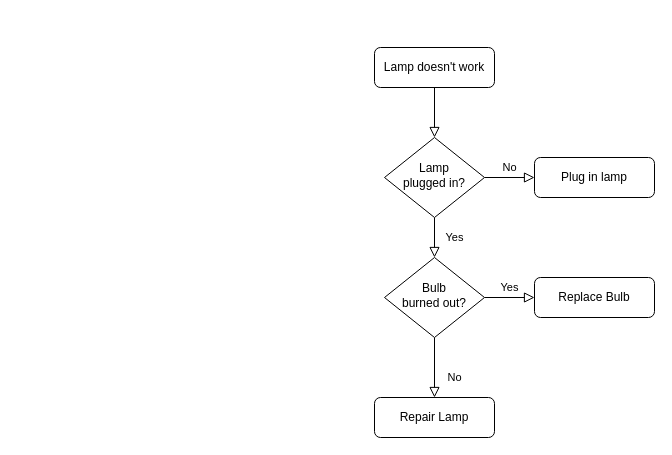
Earlier version of the draw.io diagram BlackJackFlow.drawio (ZestyBuddha/BlackJack). Source tidied: cells renumbered, new cells numbered last; positions are measured from the earlier drawing's top-left corner, leaving out a move shared by most shapes. Both pictures are drawn from the tidied source at 100%, with x=0, y=0 at pixel (374, 47).
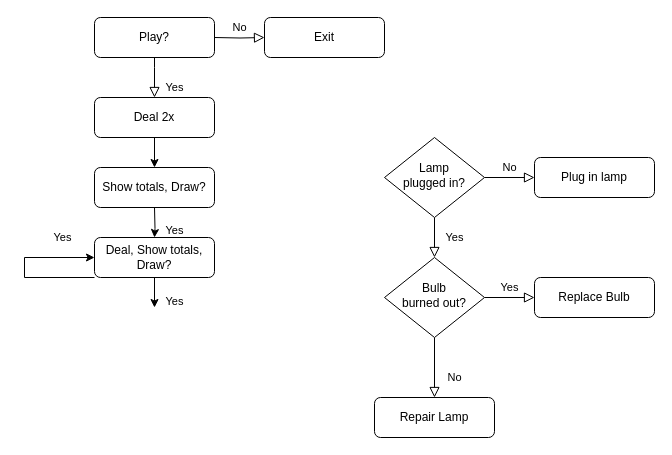
After the change.

The change refers to these unchanged cells:
```xml
<mxCell id="6" value="Lamp&lt;br&gt;plugged in?" style="rhombus;whiteSpace=wrap;html=1;shadow=0;fontFamily=Helvetica;fontSize=12;align=center;strokeWidth=1;spacing=6;spacingTop=-4;" parent="1" vertex="1">
  <mxGeometry x="10" y="90" width="100" height="80" as="geometry" />
</mxCell>
```

Diff of the diagram source:
```diff
@@
-    <mxCell id="2" style="rounded=0;html=1;jettySize=auto;fontSize=11;endArrow=block;endFill=0;endSize=8;strokeWidth=1;shadow=0;labelBackgroundColor=none;edgeStyle=orthogonalEdgeStyle;" parent="1" edge="1" source="3" target="6">
-      <mxGeometry relative="1" as="geometry" />
-    </mxCell>
+    <mxCell id="13" style="edgeStyle=orthogonalEdgeStyle;rounded=0;jettySize=auto;html=1;" parent="1" edge="1" source="3" target="18">
+      <mxGeometry relative="1" as="geometry" />
+    </mxCell>
-    <mxCell id="3" value="Lamp doesn't work" style="rounded=1;whiteSpace=wrap;html=1;fontSize=12;glass=0;strokeWidth=1;shadow=0;" parent="1" vertex="1">
-      <mxGeometry width="120" height="40" as="geometry" />
+    <mxCell id="3" value="Deal 2x" style="rounded=1;whiteSpace=wrap;html=1;fontSize=12;glass=0;strokeWidth=1;shadow=0;" parent="1" vertex="1">
+      <mxGeometry x="-280" y="50" width="120" height="40" as="geometry" />
     </mxCell>
@@
+    <mxCell id="14" value="Play?" style="rounded=1;whiteSpace=wrap;html=1;fontSize=12;glass=0;strokeWidth=1;shadow=0;" parent="1" vertex="1">
+      <mxGeometry x="-280" y="-30" width="120" height="40" as="geometry" />
+    </mxCell>
+    <mxCell id="15" value="Yes" style="rounded=0;html=1;jettySize=auto;fontSize=11;endArrow=block;endFill=0;endSize=8;strokeWidth=1;shadow=0;labelBackgroundColor=none;edgeStyle=orthogonalEdgeStyle;exitX=0.5;exitY=1;exitDx=0;exitDy=0;entryX=0.5;entryY=0;entryDx=0;entryDy=0;" parent="1" edge="1" source="14" target="3">
+      <mxGeometry x="0.5" y="20" relative="1" as="geometry">
+        <Array as="points">
+          <mxPoint x="-220" y="20" />
+          <mxPoint x="-220" y="20" />
+        </Array>
+      </mxGeometry>
+    </mxCell>
+    <mxCell id="16" value="No" style="edgeStyle=orthogonalEdgeStyle;rounded=0;html=1;jettySize=auto;fontSize=11;endArrow=block;endFill=0;endSize=8;strokeWidth=1;shadow=0;labelBackgroundColor=none;" parent="1" edge="1" target="17">
+      <mxGeometry y="10" relative="1" as="geometry">
+        <mxPoint x="-160" y="-10" as="sourcePoint" />
+      </mxGeometry>
+    </mxCell>
+    <mxCell id="17" value="Exit" style="rounded=1;whiteSpace=wrap;html=1;fontSize=12;glass=0;strokeWidth=1;shadow=0;" parent="1" vertex="1">
+      <mxGeometry x="-110" y="-30" width="120" height="40" as="geometry" />
+    </mxCell>
+    <mxCell id="18" value="Show totals, Draw?" style="rounded=1;whiteSpace=wrap;html=1;fontSize=12;glass=0;strokeWidth=1;shadow=0;" parent="1" vertex="1">
+      <mxGeometry x="-280" y="120" width="120" height="40" as="geometry" />
+    </mxCell>
+    <mxCell id="19" value="Yes" style="edgeStyle=orthogonalEdgeStyle;rounded=0;jettySize=auto;html=1;" parent="1" edge="1" target="20">
+      <mxGeometry x="0.6" y="20" relative="1" as="geometry">
+        <mxPoint x="-220" y="160" as="sourcePoint" />
+      </mxGeometry>
+    </mxCell>
+    <mxCell id="20" value="Deal, Show totals, Draw?" style="rounded=1;whiteSpace=wrap;html=1;fontSize=12;glass=0;strokeWidth=1;shadow=0;" parent="1" vertex="1">
+      <mxGeometry x="-280" y="190" width="120" height="40" as="geometry" />
+    </mxCell>
+    <mxCell id="21" value="Yes" style="edgeStyle=orthogonalEdgeStyle;rounded=0;orthogonalLoop=1;jettySize=auto;html=1;exitX=0;exitY=1;exitDx=0;exitDy=0;entryX=0;entryY=0.5;entryDx=0;entryDy=0;" parent="1" edge="1" source="20" target="20">
+      <mxGeometry x="0.6" y="20" relative="1" as="geometry">
+        <Array as="points">
+          <mxPoint x="-350" y="230" />
+          <mxPoint x="-350" y="210" />
+        </Array>
+      </mxGeometry>
+    </mxCell>
+    <mxCell id="22" value="Yes" style="edgeStyle=orthogonalEdgeStyle;rounded=0;jettySize=auto;html=1;exitX=0.5;exitY=1;exitDx=0;exitDy=0;" parent="1" edge="1" source="20">
+      <mxGeometry x="0.6" y="20" relative="1" as="geometry">
+        <mxPoint x="-220" y="260" as="targetPoint" />
+        <Array as="points">
+          <mxPoint x="-220" y="260" />
+          <mxPoint x="-220" y="260" />
+        </Array>
+      </mxGeometry>
+    </mxCell>
```
